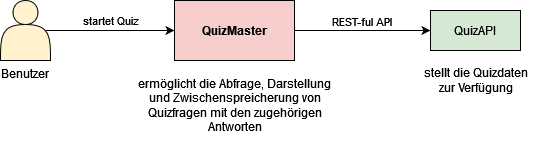
Earlier version of the draw.io export diagrams/SystemContextDiagram.drawio.png (FranziskaGreiner/QuizMaster). Source tidied: cells renumbered, new cells last; positions are measured from the earlier drawing's top-left corner, leaving out a move shared by most shapes.
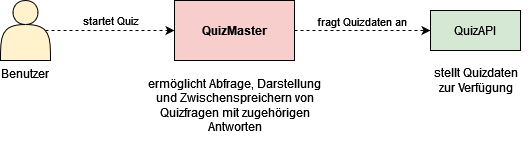
The same diagram one commit later.

Change to the diagram source:
```diff
@@ -2,10 +2,10 @@
   <root>
     <mxCell id="0" />
     <mxCell id="1" parent="0" />
-    <mxCell id="2" style="edgeStyle=orthogonalEdgeStyle;rounded=0;jettySize=auto;html=1;exitX=1;exitY=0.5;exitDx=0;exitDy=0;entryX=0;entryY=0.5;entryDx=0;entryDy=0;fontColor=#000000;strokeColor=#000000;" parent="1" edge="1" source="4" target="5">
+    <mxCell id="2" style="edgeStyle=orthogonalEdgeStyle;rounded=0;jettySize=auto;html=1;exitX=1;exitY=0.5;exitDx=0;exitDy=0;entryX=0;entryY=0.5;entryDx=0;entryDy=0;fontColor=#000000;strokeColor=#000000;dashed=1;" parent="1" edge="1" source="4" target="5">
       <mxGeometry relative="1" as="geometry" />
     </mxCell>
-    <mxCell id="3" value="REST-ful API" style="edgeLabel;html=1;align=center;verticalAlign=bottom;fontColor=#000000;labelPosition=center;verticalLabelPosition=top;" parent="2" vertex="1">
+    <mxCell id="3" value="fragt Quizdaten an" style="edgeLabel;html=1;align=center;verticalAlign=bottom;fontColor=#000000;labelPosition=center;verticalLabelPosition=top;" parent="2" vertex="1">
       <mxGeometry x="-0.19" y="-4" relative="1" as="geometry">
         <mxPoint x="11" y="-4" as="offset" />
       </mxGeometry>
@@ -16,17 +16,17 @@
     <mxCell id="5" value="QuizAPI" style="rounded=0;whiteSpace=wrap;html=1;fillColor=#d5e8d4;strokeColor=#000000;" parent="1" vertex="1">
       <mxGeometry x="430" y="10" width="90" height="40" as="geometry" />
     </mxCell>
-    <mxCell id="6" value="startet Quiz" style="edgeStyle=orthogonalEdgeStyle;rounded=0;jettySize=auto;html=1;exitX=0.9;exitY=0.5;exitDx=0;exitDy=0;exitPerimeter=0;entryX=0;entryY=0.5;entryDx=0;entryDy=0;fontColor=#000000;strokeColor=#000000;labelPosition=center;verticalLabelPosition=top;align=center;verticalAlign=bottom;" parent="1" edge="1" source="7" target="4">
+    <mxCell id="6" value="startet Quiz" style="edgeStyle=orthogonalEdgeStyle;rounded=0;jettySize=auto;html=1;exitX=0.9;exitY=0.5;exitDx=0;exitDy=0;exitPerimeter=0;entryX=0;entryY=0.5;entryDx=0;entryDy=0;fontColor=#000000;strokeColor=#000000;labelPosition=center;verticalLabelPosition=top;align=center;verticalAlign=bottom;dashed=1;" parent="1" edge="1" source="7" target="4">
       <mxGeometry relative="1" as="geometry" />
     </mxCell>
     <mxCell id="7" value="Benutzer" style="shape=actor;whiteSpace=wrap;html=1;labelPosition=center;verticalLabelPosition=bottom;align=center;verticalAlign=top;fillColor=#fff2cc;strokeColor=#000000;" parent="1" vertex="1">
       <mxGeometry width="50" height="60" as="geometry" />
     </mxCell>
-    <mxCell id="8" value="&lt;div&gt;ermöglicht die Abfrage, Darstellung&lt;/div&gt;&lt;div&gt;und Zwischenspreicherung von&lt;/div&gt;&lt;div&gt;Quizfragen mit den zugehörigen&lt;/div&gt;&lt;div&gt;Antworten &lt;/div&gt;" style="text;html=1;align=center;verticalAlign=middle;strokeColor=none;fillColor=none;fontColor=#000000;" parent="1" vertex="1">
-      <mxGeometry x="129" y="70" width="210" height="70" as="geometry" />
+    <mxCell id="8" value="&lt;div&gt;ermöglicht Abfrage, Darstellung&lt;/div&gt;&lt;div&gt;und Zwischenspreichern von&lt;/div&gt;&lt;div&gt;Quizfragen mit zugehörigen&lt;/div&gt;&lt;div&gt;Antworten &lt;/div&gt;" style="text;html=1;align=center;verticalAlign=middle;strokeColor=none;fillColor=none;fontColor=#000000;" parent="1" vertex="1">
+      <mxGeometry x="139" y="70" width="190" height="70" as="geometry" />
     </mxCell>
-    <mxCell id="9" value="&lt;div&gt;stellt die Quizdaten&lt;/div&gt;&lt;div&gt;zur Verfügung&lt;/div&gt;" style="text;html=1;align=center;verticalAlign=middle;strokeColor=none;fillColor=none;fontColor=#000000;" parent="1" vertex="1">
-      <mxGeometry x="415" y="60" width="120" height="40" as="geometry" />
+    <mxCell id="9" value="&lt;div&gt;stellt Quizdaten&lt;/div&gt;&lt;div&gt;zur Verfügung&lt;/div&gt;" style="text;html=1;align=center;verticalAlign=middle;strokeColor=none;fillColor=none;fontColor=#000000;" parent="1" vertex="1">
+      <mxGeometry x="420" y="60" width="110" height="40" as="geometry" />
     </mxCell>
   </root>
 </mxGraphModel>
```
